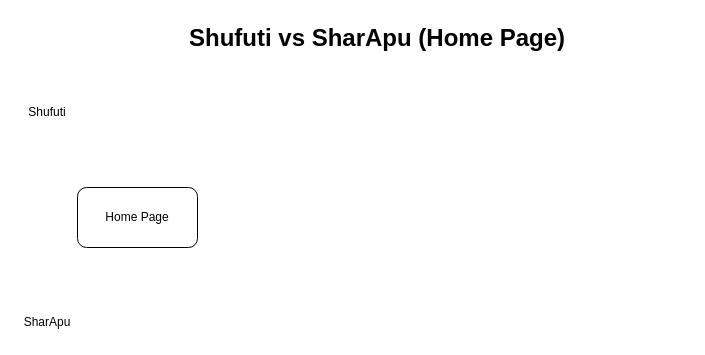
The draw.io diagram System Comparison - Shufuti vs SharApu/Untitled Diagram.drawio in SumaiyaTarannumNoor/SharApu-Job-Portal, before the edit. Source tidied: cells renumbered, new cells numbered last; positions are measured from the earlier drawing's top-left corner, leaving out a move shared by most shapes. Both pictures are drawn from the tidied source at 100%, with x=0, y=0 at pixel (17, 17).
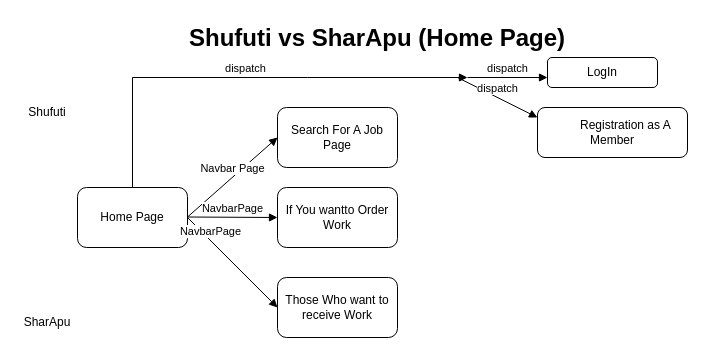
The same page after the edit.

The edit, as a diff of the source:
```diff
@@
     <mxCell id="5" value="Home Page" style="rounded=1;whiteSpace=wrap;html=1;" parent="1" vertex="1">
-      <mxGeometry x="60" y="170" width="120" height="60" as="geometry" />
+      <mxGeometry x="60" y="170" width="110" height="60" as="geometry" />
     </mxCell>
+    <mxCell id="6" value="Search For A Job Page" style="rounded=1;whiteSpace=wrap;html=1;" parent="1" vertex="1">
+      <mxGeometry x="260" y="90" width="120" height="60" as="geometry" />
+    </mxCell>
+    <mxCell id="7" value="If You wantto Order Work" style="rounded=1;whiteSpace=wrap;html=1;" parent="1" vertex="1">
+      <mxGeometry x="260" y="170" width="120" height="60" as="geometry" />
+    </mxCell>
+    <mxCell id="8" value="Those Who want to receive Work" style="rounded=1;whiteSpace=wrap;html=1;" parent="1" vertex="1">
+      <mxGeometry x="260" y="260" width="120" height="60" as="geometry" />
+    </mxCell>
+    <mxCell id="9" value="Navbar Page" style="html=1;verticalAlign=bottom;endArrow=block;curved=0;rounded=0;entryX=0;entryY=0.5;entryDx=0;entryDy=0;" parent="1" edge="1" target="6">
+      <mxGeometry relative="1" as="geometry">
+        <mxPoint x="170" y="199.5" as="sourcePoint" />
+      </mxGeometry>
+    </mxCell>
+    <mxCell id="10" value="NavbarPage" style="html=1;verticalAlign=bottom;endArrow=block;curved=0;rounded=0;entryX=0;entryY=0.5;entryDx=0;entryDy=0;" parent="1" edge="1" target="7">
+      <mxGeometry relative="1" as="geometry">
+        <mxPoint x="170" y="199.5" as="sourcePoint" />
+      </mxGeometry>
+    </mxCell>
+    <mxCell id="11" value="NavbarPage" style="html=1;verticalAlign=bottom;endArrow=block;curved=0;rounded=0;entryX=0;entryY=0.5;entryDx=0;entryDy=0;exitX=1;exitY=0.5;exitDx=0;exitDy=0;" parent="1" edge="1" source="5" target="8">
+      <mxGeometry x="-0.5" relative="1" as="geometry" />
+    </mxCell>
+    <mxCell id="12" value="dispatch" style="html=1;verticalAlign=bottom;endArrow=block;curved=0;rounded=0;exitX=0.5;exitY=0;exitDx=0;exitDy=0;" parent="1" edge="1" source="5">
+      <mxGeometry relative="1" as="geometry">
+        <mxPoint x="450" y="60" as="targetPoint" />
+        <Array as="points">
+          <mxPoint x="115" y="60" />
+          <mxPoint x="290" y="60" />
+        </Array>
+      </mxGeometry>
+    </mxCell>
+    <mxCell id="13" value="dispatch" style="html=1;verticalAlign=bottom;endArrow=block;curved=0;rounded=0;" parent="1" edge="1">
+      <mxGeometry relative="1" as="geometry">
+        <mxPoint x="450" y="60" as="sourcePoint" />
+        <mxPoint x="530" y="60" as="targetPoint" />
+      </mxGeometry>
+    </mxCell>
+    <mxCell id="14" value="dispatch" style="html=1;verticalAlign=bottom;endArrow=block;curved=0;rounded=0;" parent="1" edge="1">
+      <mxGeometry relative="1" as="geometry">
+        <mxPoint x="440" y="60" as="sourcePoint" />
+        <mxPoint x="520" y="100" as="targetPoint" />
+      </mxGeometry>
+    </mxCell>
+    <mxCell id="15" value="LogIn" style="rounded=1;whiteSpace=wrap;html=1;" parent="1" vertex="1">
+      <mxGeometry x="530" y="40" width="110" height="30" as="geometry" />
+    </mxCell>
+    <mxCell id="16" value="&lt;span style=&quot;white-space: pre;&quot;&gt;&#9;&lt;/span&gt;Registration as A Member" style="rounded=1;whiteSpace=wrap;html=1;" parent="1" vertex="1">
+      <mxGeometry x="520" y="90" width="150" height="50" as="geometry" />
+    </mxCell>
```
